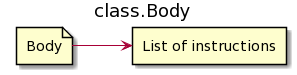
Earlier version of the PlantUML export img/classes/class.body.png (AndreyBezverkhniy/KVM).
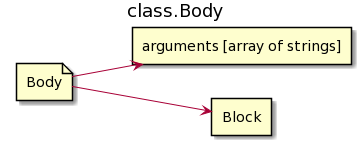
Above is the later version.

The edit, as a diff of the source:
```diff
@@ -3,7 +3,9 @@
 title class.Body
 
 file Body
-rectangle "List of instructions" as list
+rectangle "arguments [array of strings]" as arguments
+rectangle Block
 
-Body-->list
+Body-->arguments
+Body-->Block
 @enduml
```
